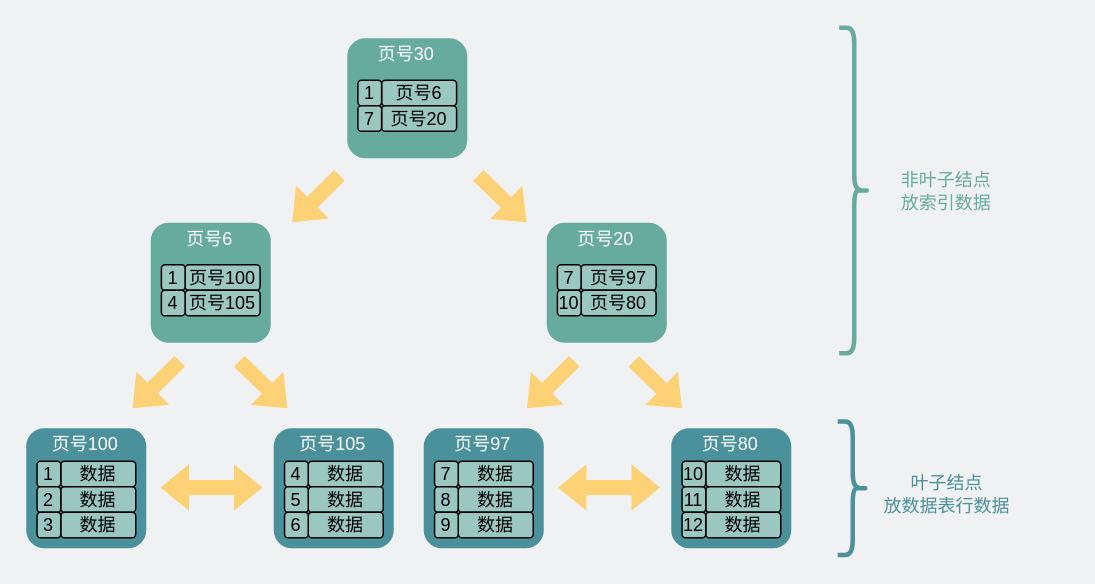
Above: network/B+树结构.drawio in xiaobaiTech/image (draw.io), before the change. Source tidied: cells renumbered, new cells numbered last; positions are measured from the earlier drawing's top-left corner, leaving out a move shared by most shapes. Both pictures are drawn from the tidied source at 150%, with x=0, y=0 at pixel (26, 27).
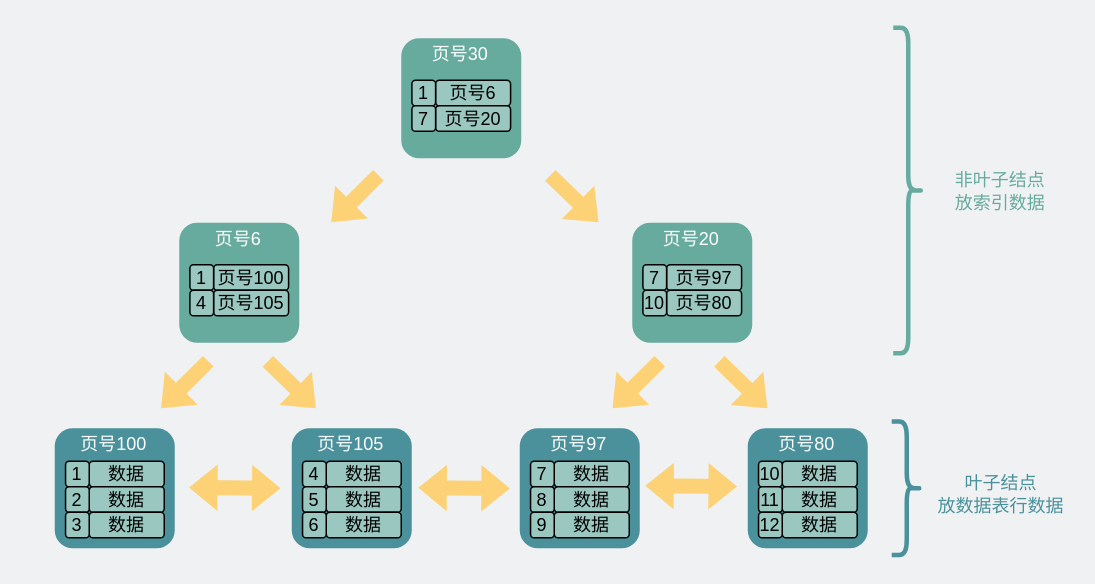
Above is the later version.

Change to the diagram source:
```diff
@@
     <mxCell id="2" style="shape=flexArrow;endArrow=classic;startArrow=classic;html=1;rounded=0;fontSize=16;fontColor=#000000;strokeColor=none;fillColor=#FDD276;" parent="1" edge="1">
       <mxGeometry relative="1" as="geometry">
-        <mxPoint x="89" y="306.5" as="sourcePoint" />
-        <mxPoint x="158" y="306.5" as="targetPoint" />
+        <mxPoint x="108" y="306.5" as="sourcePoint" />
+        <mxPoint x="170" y="307" as="targetPoint" />
       </mxGeometry>
     </mxCell>
     <mxCell id="3" value="&lt;font color=&quot;#ffffff&quot;&gt;&lt;span style=&quot;font-size: 16px&quot;&gt;&lt;br&gt;&lt;/span&gt;&lt;/font&gt;" style="whiteSpace=wrap;html=1;rounded=1;strokeColor=none;fillColor=#4A919B;" parent="1" vertex="1">
-      <mxGeometry y="267" width="80" height="80" as="geometry" />
+      <mxGeometry x="19" y="267" width="80" height="80" as="geometry" />
     </mxCell>
     <mxCell id="4" value="数据" style="rounded=1;whiteSpace=wrap;html=1;fillColor=#9AC7BF;strokeColor=default;fontColor=#000000;align=center;" parent="1" vertex="1">
-      <mxGeometry x="23" y="289" width="50" height="17" as="geometry" />
+      <mxGeometry x="42" y="289" width="50" height="17" as="geometry" />
     </mxCell>
     <mxCell id="5" value="&lt;font color=&quot;#ffffff&quot;&gt;页号100&lt;/font&gt;" style="text;html=1;strokeColor=none;fillColor=none;align=center;verticalAlign=middle;whiteSpace=wrap;rounded=0;dashed=1;fontColor=#535E80;" parent="1" vertex="1">
-      <mxGeometry x="12" y="267" width="55" height="22" as="geometry" />
+      <mxGeometry x="31" y="267" width="55" height="22" as="geometry" />
     </mxCell>
     <mxCell id="6" style="shape=flexArrow;endArrow=classic;html=1;rounded=0;fontColor=#FFFFFF;strokeColor=none;fillColor=#FDD276;" parent="1" edge="1">
       <mxGeometry relative="1" as="geometry">
-        <mxPoint x="209.1" y="98" as="sourcePoint" />
-        <mxPoint x="177" y="130" as="targetPoint" />
+        <mxPoint x="235.1" y="98" as="sourcePoint" />
+        <mxPoint x="203" y="130" as="targetPoint" />
       </mxGeometry>
     </mxCell>
     <mxCell id="7" style="shape=flexArrow;endArrow=classic;html=1;rounded=0;fontColor=#FFFFFF;strokeColor=none;fillColor=#FDD276;" parent="1" edge="1">
       <mxGeometry relative="1" as="geometry">
-        <mxPoint x="301" y="98" as="sourcePoint" />
-        <mxPoint x="333.9" y="130" as="targetPoint" />
+        <mxPoint x="349" y="98" as="sourcePoint" />
+        <mxPoint x="381.9" y="130" as="targetPoint" />
       </mxGeometry>
     </mxCell>
     <mxCell id="8" style="shape=flexArrow;endArrow=classic;html=1;rounded=0;fontColor=#FFFFFF;strokeColor=none;fillColor=#FDD276;" parent="1" edge="1">
       <mxGeometry relative="1" as="geometry">
-        <mxPoint x="102.7" y="222" as="sourcePoint" />
-        <mxPoint x="70.5" y="254" as="targetPoint" />
+        <mxPoint x="121.7" y="222" as="sourcePoint" />
+        <mxPoint x="89.5" y="254" as="targetPoint" />
       </mxGeometry>
     </mxCell>
     <mxCell id="9" style="shape=flexArrow;endArrow=classic;html=1;rounded=0;fontColor=#FFFFFF;strokeColor=none;fillColor=#FDD276;" parent="1" edge="1">
       <mxGeometry relative="1" as="geometry">
-        <mxPoint x="141.7" y="222" as="sourcePoint" />
-        <mxPoint x="174.5" y="254" as="targetPoint" />
+        <mxPoint x="160.7" y="222" as="sourcePoint" />
+        <mxPoint x="193.5" y="254" as="targetPoint" />
       </mxGeometry>
     </mxCell>
     <mxCell id="10" style="shape=flexArrow;endArrow=classic;html=1;rounded=0;fontColor=#FFFFFF;strokeColor=none;fillColor=#FDD276;" parent="1" edge="1">
       <mxGeometry relative="1" as="geometry">
-        <mxPoint x="365.7" y="222" as="sourcePoint" />
-        <mxPoint x="333.5" y="254" as="targetPoint" />
+        <mxPoint x="422.7" y="222" as="sourcePoint" />
+        <mxPoint x="390.5" y="254" as="targetPoint" />
       </mxGeometry>
     </mxCell>
     <mxCell id="11" style="shape=flexArrow;endArrow=classic;html=1;rounded=0;fontColor=#FFFFFF;strokeColor=none;fillColor=#FDD276;" parent="1" edge="1">
       <mxGeometry relative="1" as="geometry">
-        <mxPoint x="404.7" y="222" as="sourcePoint" />
-        <mxPoint x="437.5" y="254" as="targetPoint" />
+        <mxPoint x="461.7" y="222" as="sourcePoint" />
+        <mxPoint x="494.5" y="254" as="targetPoint" />
       </mxGeometry>
     </mxCell>
     <mxCell id="12" value="&lt;font&gt;1&lt;/font&gt;" style="rounded=1;whiteSpace=wrap;html=1;fillColor=#9AC7BF;strokeColor=default;fontColor=#000000;" parent="1" vertex="1">
-      <mxGeometry x="7.2" y="289" width="15.8" height="17" as="geometry" />
+      <mxGeometry x="26.2" y="289" width="15.8" height="17" as="geometry" />
     </mxCell>
     <mxCell id="13" value="数据" style="rounded=1;whiteSpace=wrap;html=1;fillColor=#9AC7BF;strokeColor=default;fontColor=#000000;align=center;" parent="1" vertex="1">
-      <mxGeometry x="23" y="306" width="50" height="17" as="geometry" />
+      <mxGeometry x="42" y="306" width="50" height="17" as="geometry" />
     </mxCell>
     <mxCell id="14" value="&lt;font&gt;2&lt;/font&gt;" style="rounded=1;whiteSpace=wrap;html=1;fillColor=#9AC7BF;strokeColor=default;fontColor=#000000;" parent="1" vertex="1">
-      <mxGeometry x="7.2" y="306" width="15.8" height="17" as="geometry" />
+      <mxGeometry x="26.2" y="306" width="15.8" height="17" as="geometry" />
     </mxCell>
     <mxCell id="15" value="数据" style="rounded=1;whiteSpace=wrap;html=1;fillColor=#9AC7BF;strokeColor=default;fontColor=#000000;align=center;" parent="1" vertex="1">
-      <mxGeometry x="23" y="323" width="50" height="17" as="geometry" />
+      <mxGeometry x="42" y="323" width="50" height="17" as="geometry" />
     </mxCell>
     <mxCell id="16" value="&lt;font&gt;3&lt;/font&gt;" style="rounded=1;whiteSpace=wrap;html=1;fillColor=#9AC7BF;strokeColor=default;fontColor=#000000;" parent="1" vertex="1">
-      <mxGeometry x="7.2" y="323" width="15.8" height="17" as="geometry" />
+      <mxGeometry x="26.2" y="323" width="15.8" height="17" as="geometry" />
     </mxCell>
     <mxCell id="17" value="&lt;font color=&quot;#ffffff&quot;&gt;&lt;span style=&quot;font-size: 16px&quot;&gt;&lt;br&gt;&lt;/span&gt;&lt;/font&gt;" style="whiteSpace=wrap;html=1;rounded=1;strokeColor=none;fillColor=#4A919B;" parent="1" vertex="1">
-      <mxGeometry x="165" y="267" width="80" height="80" as="geometry" />
+      <mxGeometry x="177" y="267" width="80" height="80" as="geometry" />
     </mxCell>
     <mxCell id="18" value="数据" style="rounded=1;whiteSpace=wrap;html=1;fillColor=#9AC7BF;strokeColor=default;fontColor=#000000;align=center;" parent="1" vertex="1">
-      <mxGeometry x="188" y="289" width="50" height="17" as="geometry" />
+      <mxGeometry x="200" y="289" width="50" height="17" as="geometry" />
     </mxCell>
     <mxCell id="19" value="&lt;font color=&quot;#ffffff&quot;&gt;页号105&lt;/font&gt;" style="text;html=1;strokeColor=none;fillColor=none;align=center;verticalAlign=middle;whiteSpace=wrap;rounded=0;dashed=1;fontColor=#535E80;" parent="1" vertex="1">
-      <mxGeometry x="177" y="267" width="55" height="22" as="geometry" />
+      <mxGeometry x="189" y="267" width="55" height="22" as="geometry" />
     </mxCell>
     <mxCell id="20" value="&lt;font&gt;4&lt;/font&gt;" style="rounded=1;whiteSpace=wrap;html=1;fillColor=#9AC7BF;strokeColor=default;fontColor=#000000;" parent="1" vertex="1">
-      <mxGeometry x="172.2" y="289" width="15.8" height="17" as="geometry" />
+      <mxGeometry x="184.2" y="289" width="15.8" height="17" as="geometry" />
     </mxCell>
     <mxCell id="21" value="数据" style="rounded=1;whiteSpace=wrap;html=1;fillColor=#9AC7BF;strokeColor=default;fontColor=#000000;align=center;" parent="1" vertex="1">
-      <mxGeometry x="188" y="306" width="50" height="17" as="geometry" />
+      <mxGeometry x="200" y="306" width="50" height="17" as="geometry" />
     </mxCell>
     <mxCell id="22" value="&lt;font&gt;5&lt;/font&gt;" style="rounded=1;whiteSpace=wrap;html=1;fillColor=#9AC7BF;strokeColor=default;fontColor=#000000;" parent="1" vertex="1">
-      <mxGeometry x="172.2" y="306" width="15.8" height="17" as="geometry" />
+      <mxGeometry x="184.2" y="306" width="15.8" height="17" as="geometry" />
     </mxCell>
     <mxCell id="23" value="数据" style="rounded=1;whiteSpace=wrap;html=1;fillColor=#9AC7BF;strokeColor=default;fontColor=#000000;align=center;" parent="1" vertex="1">
-      <mxGeometry x="188" y="323" width="50" height="17" as="geometry" />
+      <mxGeometry x="200" y="323" width="50" height="17" as="geometry" />
     </mxCell>
     <mxCell id="24" value="&lt;font&gt;6&lt;/font&gt;" style="rounded=1;whiteSpace=wrap;html=1;fillColor=#9AC7BF;strokeColor=default;fontColor=#000000;" parent="1" vertex="1">
-      <mxGeometry x="172.2" y="323" width="15.8" height="17" as="geometry" />
+      <mxGeometry x="184.2" y="323" width="15.8" height="17" as="geometry" />
     </mxCell>
-    <mxCell id="25" style="shape=flexArrow;endArrow=classic;startArrow=classic;html=1;rounded=0;fontSize=16;fontColor=#000000;strokeColor=none;fillColor=#FDD276;" parent="1" edge="1">
-      <mxGeometry relative="1" as="geometry">
-        <mxPoint x="354" y="306.5" as="sourcePoint" />
-        <mxPoint x="423" y="306.5" as="targetPoint" />
-      </mxGeometry>
-    </mxCell>
     <mxCell id="26" value="&lt;font color=&quot;#ffffff&quot;&gt;&lt;span style=&quot;font-size: 16px&quot;&gt;&lt;br&gt;&lt;/span&gt;&lt;/font&gt;" style="whiteSpace=wrap;html=1;rounded=1;strokeColor=none;fillColor=#4A919B;" parent="1" vertex="1">
-      <mxGeometry x="265" y="267" width="80" height="80" as="geometry" />
+      <mxGeometry x="329" y="267" width="80" height="80" as="geometry" />
     </mxCell>
     <mxCell id="27" value="数据" style="rounded=1;whiteSpace=wrap;html=1;fillColor=#9AC7BF;strokeColor=default;fontColor=#000000;align=center;" parent="1" vertex="1">
-      <mxGeometry x="288" y="289" width="50" height="17" as="geometry" />
+      <mxGeometry x="352" y="289" width="50" height="17" as="geometry" />
     </mxCell>
     <mxCell id="28" value="&lt;font color=&quot;#ffffff&quot;&gt;页号97&lt;/font&gt;" style="text;html=1;strokeColor=none;fillColor=none;align=center;verticalAlign=middle;whiteSpace=wrap;rounded=0;dashed=1;fontColor=#535E80;" parent="1" vertex="1">
-      <mxGeometry x="277" y="267" width="55" height="22" as="geometry" />
+      <mxGeometry x="341" y="267" width="55" height="22" as="geometry" />
     </mxCell>
     <mxCell id="29" value="&lt;font&gt;7&lt;/font&gt;" style="rounded=1;whiteSpace=wrap;html=1;fillColor=#9AC7BF;strokeColor=default;fontColor=#000000;" parent="1" vertex="1">
-      <mxGeometry x="272.2" y="289" width="15.8" height="17" as="geometry" />
+      <mxGeometry x="336.2" y="289" width="15.8" height="17" as="geometry" />
     </mxCell>
     <mxCell id="30" value="数据" style="rounded=1;whiteSpace=wrap;html=1;fillColor=#9AC7BF;strokeColor=default;fontColor=#000000;align=center;" parent="1" vertex="1">
-      <mxGeometry x="288" y="306" width="50" height="17" as="geometry" />
+      <mxGeometry x="352" y="306" width="50" height="17" as="geometry" />
     </mxCell>
     <mxCell id="31" value="&lt;font&gt;8&lt;/font&gt;" style="rounded=1;whiteSpace=wrap;html=1;fillColor=#9AC7BF;strokeColor=default;fontColor=#000000;" parent="1" vertex="1">
-      <mxGeometry x="272.2" y="306" width="15.8" height="17" as="geometry" />
+      <mxGeometry x="336.2" y="306" width="15.8" height="17" as="geometry" />
     </mxCell>
     <mxCell id="32" value="数据" style="rounded=1;whiteSpace=wrap;html=1;fillColor=#9AC7BF;strokeColor=default;fontColor=#000000;align=center;" parent="1" vertex="1">
-      <mxGeometry x="288" y="323" width="50" height="17" as="geometry" />
+      <mxGeometry x="352" y="323" width="50" height="17" as="geometry" />
     </mxCell>
     <mxCell id="33" value="&lt;font&gt;9&lt;/font&gt;" style="rounded=1;whiteSpace=wrap;html=1;fillColor=#9AC7BF;strokeColor=default;fontColor=#000000;" parent="1" vertex="1">
-      <mxGeometry x="272.2" y="323" width="15.8" height="17" as="geometry" />
+      <mxGeometry x="336.2" y="323" width="15.8" height="17" as="geometry" />
     </mxCell>
     <mxCell id="34" value="&lt;font color=&quot;#ffffff&quot;&gt;&lt;span style=&quot;font-size: 16px&quot;&gt;&lt;br&gt;&lt;/span&gt;&lt;/font&gt;" style="whiteSpace=wrap;html=1;rounded=1;strokeColor=none;fillColor=#4A919B;" parent="1" vertex="1">
-      <mxGeometry x="430" y="267" width="80" height="80" as="geometry" />
+      <mxGeometry x="481" y="267" width="80" height="80" as="geometry" />
     </mxCell>
     <mxCell id="35" value="数据" style="rounded=1;whiteSpace=wrap;html=1;fillColor=#9AC7BF;strokeColor=default;fontColor=#000000;align=center;" parent="1" vertex="1">
-      <mxGeometry x="453" y="289" width="50" height="17" as="geometry" />
+      <mxGeometry x="504" y="289" width="50" height="17" as="geometry" />
     </mxCell>
     <mxCell id="36" value="&lt;font color=&quot;#ffffff&quot;&gt;页号80&lt;/font&gt;" style="text;html=1;strokeColor=none;fillColor=none;align=center;verticalAlign=middle;whiteSpace=wrap;rounded=0;dashed=1;fontColor=#535E80;" parent="1" vertex="1">
-      <mxGeometry x="442" y="267" width="55" height="22" as="geometry" />
+      <mxGeometry x="493" y="267" width="55" height="22" as="geometry" />
     </mxCell>
     <mxCell id="37" value="&lt;font&gt;10&lt;/font&gt;" style="rounded=1;whiteSpace=wrap;html=1;fillColor=#9AC7BF;strokeColor=default;fontColor=#000000;" parent="1" vertex="1">
-      <mxGeometry x="437.2" y="289" width="15.8" height="17" as="geometry" />
+      <mxGeometry x="488.2" y="289" width="15.8" height="17" as="geometry" />
     </mxCell>
     <mxCell id="38" value="数据" style="rounded=1;whiteSpace=wrap;html=1;fillColor=#9AC7BF;strokeColor=default;fontColor=#000000;align=center;" parent="1" vertex="1">
-      <mxGeometry x="453" y="306" width="50" height="17" as="geometry" />
+      <mxGeometry x="504" y="306" width="50" height="17" as="geometry" />
     </mxCell>
     <mxCell id="39" value="&lt;font&gt;11&lt;/font&gt;" style="rounded=1;whiteSpace=wrap;html=1;fillColor=#9AC7BF;strokeColor=default;fontColor=#000000;" parent="1" vertex="1">
-      <mxGeometry x="437.2" y="306" width="15.8" height="17" as="geometry" />
+      <mxGeometry x="488.2" y="306" width="15.8" height="17" as="geometry" />
     </mxCell>
     <mxCell id="40" value="数据" style="rounded=1;whiteSpace=wrap;html=1;fillColor=#9AC7BF;strokeColor=default;fontColor=#000000;align=center;" parent="1" vertex="1">
-      <mxGeometry x="453" y="323" width="50" height="17" as="geometry" />
+      <mxGeometry x="504" y="323" width="50" height="17" as="geometry" />
     </mxCell>
     <mxCell id="41" value="&lt;font&gt;12&lt;/font&gt;" style="rounded=1;whiteSpace=wrap;html=1;fillColor=#9AC7BF;strokeColor=default;fontColor=#000000;" parent="1" vertex="1">
-      <mxGeometry x="437.2" y="323" width="15.8" height="17" as="geometry" />
+      <mxGeometry x="488.2" y="323" width="15.8" height="17" as="geometry" />
     </mxCell>
     <mxCell id="42" value="&lt;font color=&quot;#ffffff&quot;&gt;&lt;span style=&quot;font-size: 16px&quot;&gt;&lt;br&gt;&lt;/span&gt;&lt;/font&gt;" style="whiteSpace=wrap;html=1;rounded=1;strokeColor=none;fillColor=#67AB9F;" parent="1" vertex="1">
-      <mxGeometry x="83" y="130" width="80" height="80" as="geometry" />
+      <mxGeometry x="102" y="130" width="80" height="80" as="geometry" />
     </mxCell>
     <mxCell id="43" value="页号100" style="rounded=1;whiteSpace=wrap;html=1;fillColor=#9AC7BF;strokeColor=default;fontColor=#000000;align=center;" parent="1" vertex="1">
-      <mxGeometry x="105.9" y="158" width="50" height="17" as="geometry" />
+      <mxGeometry x="124.9" y="158" width="50" height="17" as="geometry" />
     </mxCell>
     <mxCell id="44" value="&lt;font color=&quot;#ffffff&quot;&gt;页号6&lt;/font&gt;" style="text;html=1;strokeColor=none;fillColor=none;align=center;verticalAlign=middle;whiteSpace=wrap;rounded=0;dashed=1;fontColor=#535E80;" parent="1" vertex="1">
-      <mxGeometry x="95" y="130" width="55" height="22" as="geometry" />
+      <mxGeometry x="114" y="130" width="55" height="22" as="geometry" />
     </mxCell>
     <mxCell id="45" value="&lt;font&gt;1&lt;/font&gt;" style="rounded=1;whiteSpace=wrap;html=1;fillColor=#9AC7BF;strokeColor=default;fontColor=#000000;" parent="1" vertex="1">
-      <mxGeometry x="90.1" y="158" width="15.8" height="17" as="geometry" />
+      <mxGeometry x="109.1" y="158" width="15.8" height="17" as="geometry" />
     </mxCell>
     <mxCell id="46" value="页号105" style="rounded=1;whiteSpace=wrap;html=1;fillColor=#9AC7BF;strokeColor=default;fontColor=#000000;align=center;" parent="1" vertex="1">
-      <mxGeometry x="105.9" y="175" width="50" height="17" as="geometry" />
+      <mxGeometry x="124.9" y="175" width="50" height="17" as="geometry" />
     </mxCell>
     <mxCell id="47" value="&lt;font&gt;4&lt;/font&gt;" style="rounded=1;whiteSpace=wrap;html=1;fillColor=#9AC7BF;strokeColor=default;fontColor=#000000;" parent="1" vertex="1">
-      <mxGeometry x="90.1" y="175" width="15.8" height="17" as="geometry" />
+      <mxGeometry x="109.1" y="175" width="15.8" height="17" as="geometry" />
     </mxCell>
     <mxCell id="48" value="&lt;font color=&quot;#ffffff&quot;&gt;&lt;span style=&quot;font-size: 16px&quot;&gt;&lt;br&gt;&lt;/span&gt;&lt;/font&gt;" style="whiteSpace=wrap;html=1;rounded=1;strokeColor=none;fillColor=#67AB9F;" parent="1" vertex="1">
-      <mxGeometry x="347" y="130" width="80" height="80" as="geometry" />
+      <mxGeometry x="404" y="130" width="80" height="80" as="geometry" />
     </mxCell>
     <mxCell id="49" value="页号97" style="rounded=1;whiteSpace=wrap;html=1;fillColor=#9AC7BF;strokeColor=default;fontColor=#000000;align=center;" parent="1" vertex="1">
-      <mxGeometry x="369.9" y="158" width="50" height="17" as="geometry" />
+      <mxGeometry x="426.9" y="158" width="50" height="17" as="geometry" />
     </mxCell>
     <mxCell id="50" value="&lt;font color=&quot;#ffffff&quot;&gt;页号20&lt;/font&gt;" style="text;html=1;strokeColor=none;fillColor=none;align=center;verticalAlign=middle;whiteSpace=wrap;rounded=0;dashed=1;fontColor=#535E80;" parent="1" vertex="1">
-      <mxGeometry x="359" y="130" width="55" height="22" as="geometry" />
+      <mxGeometry x="416" y="130" width="55" height="22" as="geometry" />
     </mxCell>
     <mxCell id="51" value="&lt;font&gt;7&lt;/font&gt;" style="rounded=1;whiteSpace=wrap;html=1;fillColor=#9AC7BF;strokeColor=default;fontColor=#000000;" parent="1" vertex="1">
-      <mxGeometry x="354.1" y="158" width="15.8" height="17" as="geometry" />
+      <mxGeometry x="411.1" y="158" width="15.8" height="17" as="geometry" />
     </mxCell>
     <mxCell id="52" value="页号80" style="rounded=1;whiteSpace=wrap;html=1;fillColor=#9AC7BF;strokeColor=default;fontColor=#000000;align=center;" parent="1" vertex="1">
-      <mxGeometry x="369.9" y="175" width="50" height="17" as="geometry" />
+      <mxGeometry x="426.9" y="175" width="50" height="17" as="geometry" />
     </mxCell>
     <mxCell id="53" value="&lt;font&gt;10&lt;/font&gt;" style="rounded=1;whiteSpace=wrap;html=1;fillColor=#9AC7BF;strokeColor=default;fontColor=#000000;" parent="1" vertex="1">
-      <mxGeometry x="354.1" y="175" width="15.8" height="17" as="geometry" />
+      <mxGeometry x="411.1" y="175" width="15.8" height="17" as="geometry" />
     </mxCell>
     <mxCell id="54" value="&lt;font color=&quot;#ffffff&quot;&gt;&lt;span style=&quot;font-size: 16px&quot;&gt;&lt;br&gt;&lt;/span&gt;&lt;/font&gt;" style="whiteSpace=wrap;html=1;rounded=1;strokeColor=none;fillColor=#67AB9F;" parent="1" vertex="1">
-      <mxGeometry x="214" y="7" width="80" height="80" as="geometry" />
+      <mxGeometry x="250" y="7" width="80" height="80" as="geometry" />
     </mxCell>
     <mxCell id="55" value="页号6" style="rounded=1;whiteSpace=wrap;html=1;fillColor=#9AC7BF;strokeColor=default;fontColor=#000000;align=center;" parent="1" vertex="1">
-      <mxGeometry x="236.9" y="35" width="50" height="17" as="geometry" />
+      <mxGeometry x="272.9" y="35" width="50" height="17" as="geometry" />
     </mxCell>
     <mxCell id="56" value="&lt;font color=&quot;#ffffff&quot;&gt;页号30&lt;/font&gt;" style="text;html=1;strokeColor=none;fillColor=none;align=center;verticalAlign=middle;whiteSpace=wrap;rounded=0;dashed=1;fontColor=#535E80;" parent="1" vertex="1">
-      <mxGeometry x="226" y="7" width="55" height="22" as="geometry" />
+      <mxGeometry x="262" y="7" width="55" height="22" as="geometry" />
     </mxCell>
     <mxCell id="57" value="&lt;font&gt;1&lt;/font&gt;" style="rounded=1;whiteSpace=wrap;html=1;fillColor=#9AC7BF;strokeColor=default;fontColor=#000000;" parent="1" vertex="1">
-      <mxGeometry x="221.1" y="35" width="15.8" height="17" as="geometry" />
+      <mxGeometry x="257.1" y="35" width="15.8" height="17" as="geometry" />
     </mxCell>
     <mxCell id="58" value="页号20" style="rounded=1;whiteSpace=wrap;html=1;fillColor=#9AC7BF;strokeColor=default;fontColor=#000000;align=center;" parent="1" vertex="1">
-      <mxGeometry x="236.9" y="52" width="50" height="17" as="geometry" />
+      <mxGeometry x="272.9" y="52" width="50" height="17" as="geometry" />
     </mxCell>
     <mxCell id="59" value="&lt;font&gt;7&lt;/font&gt;" style="rounded=1;whiteSpace=wrap;html=1;fillColor=#9AC7BF;strokeColor=default;fontColor=#000000;" parent="1" vertex="1">
-      <mxGeometry x="221.1" y="52" width="15.8" height="17" as="geometry" />
+      <mxGeometry x="257.1" y="52" width="15.8" height="17" as="geometry" />
     </mxCell>
     <mxCell id="60" style="shape=curlyBracket;whiteSpace=wrap;html=1;rounded=1;flipH=1;fontColor=#000000;fillColor=none;fontSize=5;strokeWidth=3;strokeColor=#4A919B;" parent="1" vertex="1">
-      <mxGeometry x="541" y="262.5" width="20" height="89" as="geometry" />
+      <mxGeometry x="577" y="262.5" width="20" height="89" as="geometry" />
     </mxCell>
     <mxCell id="61" value="叶子结点&lt;br&gt;放数据表行数据" style="text;html=1;strokeColor=none;fillColor=none;align=center;verticalAlign=middle;whiteSpace=wrap;rounded=0;fontColor=#4A919B;" parent="1" vertex="1">
-      <mxGeometry x="567.5" y="289" width="92" height="44" as="geometry" />
+      <mxGeometry x="603.5" y="289" width="92" height="44" as="geometry" />
     </mxCell>
     <mxCell id="62" style="shape=curlyBracket;whiteSpace=wrap;html=1;rounded=1;flipH=1;fontColor=#000000;fillColor=none;fontSize=5;strokeWidth=3;strokeColor=#67AB9F;" parent="1" vertex="1">
-      <mxGeometry x="542" width="20" height="217" as="geometry" />
+      <mxGeometry x="578" width="20" height="217" as="geometry" />
     </mxCell>
     <mxCell id="63" value="非叶子结点&lt;br&gt;放索引数据" style="text;html=1;strokeColor=none;fillColor=none;align=center;verticalAlign=middle;whiteSpace=wrap;rounded=0;fontColor=#67AB9F;" parent="1" vertex="1">
-      <mxGeometry x="580" y="93.5" width="67" height="30.5" as="geometry" />
+      <mxGeometry x="616" y="93.5" width="67" height="30.5" as="geometry" />
     </mxCell>
+    <mxCell id="64" style="shape=flexArrow;endArrow=classic;startArrow=classic;html=1;rounded=0;fontSize=16;fontColor=#000000;strokeColor=none;fillColor=#FDD276;" parent="1" edge="1">
+      <mxGeometry relative="1" as="geometry">
+        <mxPoint x="260.9" y="306.7" as="sourcePoint" />
+        <mxPoint x="322.9" y="307.2" as="targetPoint" />
+      </mxGeometry>
+    </mxCell>
+    <mxCell id="65" style="shape=flexArrow;endArrow=classic;startArrow=classic;html=1;rounded=0;fontSize=16;fontColor=#000000;strokeColor=none;fillColor=#FDD276;" parent="1" edge="1">
+      <mxGeometry relative="1" as="geometry">
+        <mxPoint x="412.2" y="305.4" as="sourcePoint" />
+        <mxPoint x="474.3" y="305.9" as="targetPoint" />
+      </mxGeometry>
+    </mxCell>
```
